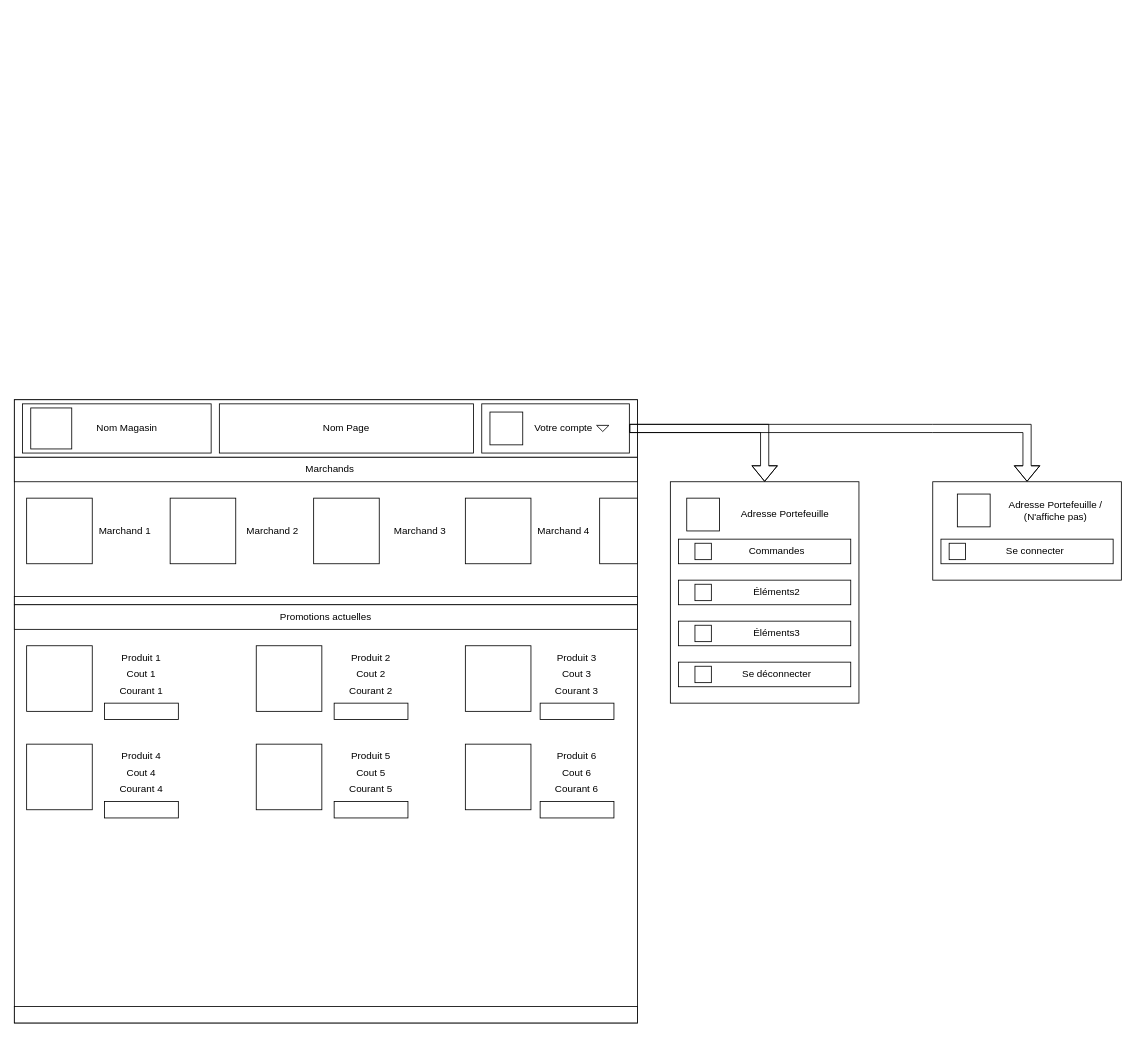
FalserX/IFT-7100-TP3 keeps this draw.io diagram as interfacesMocks.drawio. Above is the earlier version. Source tidied: cells renumbered, new cells numbered last; positions are measured from the earlier drawing's top-left corner, leaving out a move shared by most shapes. Both pictures are drawn from the tidied source at 82%, with x=0, y=0 at pixel (14, 399).
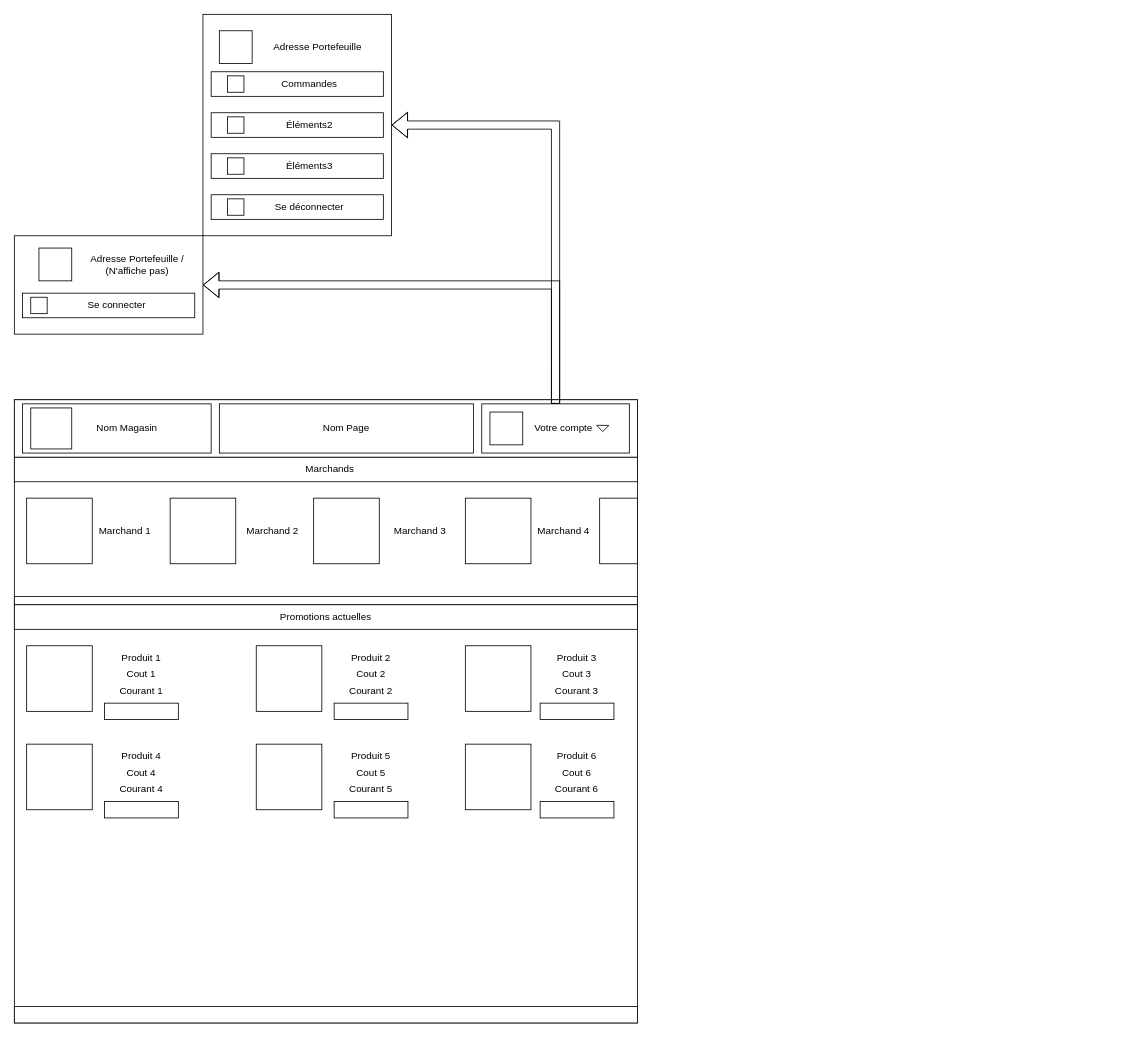
Above is the later version.

Unchanged cells that the change refers to:
```xml
<mxCell id="8" style="rounded=0;whiteSpace=wrap;html=1;labelBackgroundColor=none;" parent="1" vertex="1">
  <mxGeometry x="570" y="5" width="180" height="60" as="geometry" />
</mxCell>
```

Change to the diagram source:
```diff
@@
+    <mxCell id="59" style="shape=flexArrow;endArrow=classic;html=1;rounded=0;entryX=1;entryY=0.5;entryDx=0;entryDy=0;exitX=0.5;exitY=0;exitDx=0;exitDy=0;labelBackgroundColor=none;fontColor=default;" parent="1" edge="1" source="8" target="58">
+      <mxGeometry relative="1" as="geometry">
+        <Array as="points">
+          <mxPoint x="660" y="-140" />
+          <mxPoint x="660" y="-335" />
+        </Array>
+      </mxGeometry>
+    </mxCell>
+    <mxCell id="74" style="shape=flexArrow;endArrow=classic;html=1;rounded=0;exitX=0.5;exitY=0;exitDx=0;exitDy=0;labelBackgroundColor=none;fontColor=default;entryX=1;entryY=0.5;entryDx=0;entryDy=0;" parent="1" edge="1" source="8" target="75">
+      <mxGeometry relative="1" as="geometry">
+        <Array as="points">
+          <mxPoint x="660" y="-40" />
+          <mxPoint x="660" y="-140" />
+        </Array>
+      </mxGeometry>
+    </mxCell>
+    <mxCell id="81" style="group;" parent="1" vertex="1">
+      <mxGeometry y="-200" width="230" height="120" as="geometry" />
+    </mxCell>
+    <mxCell id="75" style="rounded=0;whiteSpace=wrap;html=1;labelBackgroundColor=none;" parent="81" vertex="1">
+      <mxGeometry width="230" height="120" as="geometry" />
+    </mxCell>
+    <mxCell id="76" style="whiteSpace=wrap;html=1;labelBackgroundColor=none;" parent="81" vertex="1">
+      <mxGeometry x="30" y="15" width="40" height="40" as="geometry" />
+    </mxCell>
+    <mxCell id="77" value="Adresse Portefeuille / (N'affiche pas)" style="text;html=1;align=center;verticalAlign=middle;whiteSpace=wrap;rounded=0;labelBackgroundColor=none;" parent="81" vertex="1">
+      <mxGeometry x="90" y="20" width="120" height="30" as="geometry" />
+    </mxCell>
+    <mxCell id="78" style="rounded=0;whiteSpace=wrap;html=1;labelBackgroundColor=none;" parent="81" vertex="1">
+      <mxGeometry x="10" y="70" width="210" height="30" as="geometry" />
+    </mxCell>
+    <mxCell id="79" style="whiteSpace=wrap;html=1;labelBackgroundColor=none;" parent="81" vertex="1">
+      <mxGeometry x="20" y="75" width="20" height="20" as="geometry" />
+    </mxCell>
+    <mxCell id="80" value="Se connecter" style="text;html=1;align=center;verticalAlign=middle;whiteSpace=wrap;rounded=0;labelBackgroundColor=none;" parent="81" vertex="1">
+      <mxGeometry x="70" y="70" width="110" height="30" as="geometry" />
+    </mxCell>
+    <mxCell id="82" style="group;" parent="1" vertex="1">
+      <mxGeometry x="230" y="-470" width="230" height="270" as="geometry" />
+    </mxCell>
-    <mxCell id="58" style="rounded=0;whiteSpace=wrap;html=1;labelBackgroundColor=none;" parent="1" vertex="1">
-      <mxGeometry x="800" y="100" width="230" height="270" as="geometry" />
+    <mxCell id="58" style="rounded=0;whiteSpace=wrap;html=1;labelBackgroundColor=none;" parent="82" vertex="1">
+      <mxGeometry width="230" height="270" as="geometry" />
     </mxCell>
-    <mxCell id="59" style="shape=flexArrow;endArrow=classic;html=1;rounded=0;entryX=0.5;entryY=0;entryDx=0;entryDy=0;exitX=1;exitY=0.5;exitDx=0;exitDy=0;labelBackgroundColor=none;fontColor=default;" parent="1" edge="1" source="8" target="58">
-      <mxGeometry relative="1" as="geometry">
-        <Array as="points">
-          <mxPoint x="915" y="35" />
-        </Array>
-      </mxGeometry>
-    </mxCell>
-    <mxCell id="60" style="whiteSpace=wrap;html=1;labelBackgroundColor=none;" parent="1" vertex="1">
-      <mxGeometry x="820" y="120" width="40" height="40" as="geometry" />
+    <mxCell id="60" style="whiteSpace=wrap;html=1;labelBackgroundColor=none;" parent="82" vertex="1">
+      <mxGeometry x="20" y="20" width="40" height="40" as="geometry" />
     </mxCell>
-    <mxCell id="61" value="Adresse Portefeuille" style="text;html=1;align=center;verticalAlign=middle;whiteSpace=wrap;rounded=0;labelBackgroundColor=none;" parent="1" vertex="1">
-      <mxGeometry x="880" y="125" width="120" height="30" as="geometry" />
+    <mxCell id="61" value="Adresse Portefeuille" style="text;html=1;align=center;verticalAlign=middle;whiteSpace=wrap;rounded=0;labelBackgroundColor=none;" parent="82" vertex="1">
+      <mxGeometry x="80" y="25" width="120" height="30" as="geometry" />
     </mxCell>
-    <mxCell id="62" style="rounded=0;whiteSpace=wrap;html=1;labelBackgroundColor=none;" parent="1" vertex="1">
-      <mxGeometry x="810" y="170" width="210" height="30" as="geometry" />
+    <mxCell id="62" style="rounded=0;whiteSpace=wrap;html=1;labelBackgroundColor=none;" parent="82" vertex="1">
+      <mxGeometry x="10" y="70" width="210" height="30" as="geometry" />
     </mxCell>
-    <mxCell id="63" style="rounded=0;whiteSpace=wrap;html=1;labelBackgroundColor=none;" parent="1" vertex="1">
-      <mxGeometry x="810" y="220" width="210" height="30" as="geometry" />
+    <mxCell id="63" style="rounded=0;whiteSpace=wrap;html=1;labelBackgroundColor=none;" parent="82" vertex="1">
+      <mxGeometry x="10" y="120" width="210" height="30" as="geometry" />
     </mxCell>
-    <mxCell id="64" style="rounded=0;whiteSpace=wrap;html=1;labelBackgroundColor=none;" parent="1" vertex="1">
-      <mxGeometry x="810" y="270" width="210" height="30" as="geometry" />
+    <mxCell id="64" style="rounded=0;whiteSpace=wrap;html=1;labelBackgroundColor=none;" parent="82" vertex="1">
+      <mxGeometry x="10" y="170" width="210" height="30" as="geometry" />
     </mxCell>
-    <mxCell id="65" style="rounded=0;whiteSpace=wrap;html=1;labelBackgroundColor=none;" parent="1" vertex="1">
-      <mxGeometry x="810" y="320" width="210" height="30" as="geometry" />
+    <mxCell id="65" style="rounded=0;whiteSpace=wrap;html=1;labelBackgroundColor=none;" parent="82" vertex="1">
+      <mxGeometry x="10" y="220" width="210" height="30" as="geometry" />
     </mxCell>
-    <mxCell id="66" style="whiteSpace=wrap;html=1;labelBackgroundColor=none;" parent="1" vertex="1">
-      <mxGeometry x="830" y="175" width="20" height="20" as="geometry" />
+    <mxCell id="66" style="whiteSpace=wrap;html=1;labelBackgroundColor=none;" parent="82" vertex="1">
+      <mxGeometry x="30" y="75" width="20" height="20" as="geometry" />
     </mxCell>
-    <mxCell id="67" style="whiteSpace=wrap;html=1;labelBackgroundColor=none;" parent="1" vertex="1">
-      <mxGeometry x="830" y="225" width="20" height="20" as="geometry" />
+    <mxCell id="67" style="whiteSpace=wrap;html=1;labelBackgroundColor=none;" parent="82" vertex="1">
+      <mxGeometry x="30" y="125" width="20" height="20" as="geometry" />
     </mxCell>
-    <mxCell id="68" style="whiteSpace=wrap;html=1;labelBackgroundColor=none;" parent="1" vertex="1">
-      <mxGeometry x="830" y="275" width="20" height="20" as="geometry" />
+    <mxCell id="68" style="whiteSpace=wrap;html=1;labelBackgroundColor=none;" parent="82" vertex="1">
+      <mxGeometry x="30" y="175" width="20" height="20" as="geometry" />
     </mxCell>
-    <mxCell id="69" style="whiteSpace=wrap;html=1;labelBackgroundColor=none;" parent="1" vertex="1">
-      <mxGeometry x="830" y="325" width="20" height="20" as="geometry" />
+    <mxCell id="69" style="whiteSpace=wrap;html=1;labelBackgroundColor=none;" parent="82" vertex="1">
+      <mxGeometry x="30" y="225" width="20" height="20" as="geometry" />
     </mxCell>
-    <mxCell id="70" value="Éléments3" style="text;html=1;align=center;verticalAlign=middle;whiteSpace=wrap;rounded=0;labelBackgroundColor=none;" parent="1" vertex="1">
-      <mxGeometry x="900" y="270" width="60" height="30" as="geometry" />
+    <mxCell id="70" value="Éléments3" style="text;html=1;align=center;verticalAlign=middle;whiteSpace=wrap;rounded=0;labelBackgroundColor=none;" parent="82" vertex="1">
+      <mxGeometry x="100" y="170" width="60" height="30" as="geometry" />
     </mxCell>
-    <mxCell id="71" value="Commandes" style="text;html=1;align=center;verticalAlign=middle;whiteSpace=wrap;rounded=0;labelBackgroundColor=none;" parent="1" vertex="1">
-      <mxGeometry x="900" y="170" width="60" height="30" as="geometry" />
+    <mxCell id="71" value="Commandes" style="text;html=1;align=center;verticalAlign=middle;whiteSpace=wrap;rounded=0;labelBackgroundColor=none;" parent="82" vertex="1">
+      <mxGeometry x="100" y="70" width="60" height="30" as="geometry" />
     </mxCell>
-    <mxCell id="72" value="Éléments2" style="text;html=1;align=center;verticalAlign=middle;whiteSpace=wrap;rounded=0;labelBackgroundColor=none;" parent="1" vertex="1">
-      <mxGeometry x="900" y="220" width="60" height="30" as="geometry" />
+    <mxCell id="72" value="Éléments2" style="text;html=1;align=center;verticalAlign=middle;whiteSpace=wrap;rounded=0;labelBackgroundColor=none;" parent="82" vertex="1">
+      <mxGeometry x="100" y="120" width="60" height="30" as="geometry" />
     </mxCell>
-    <mxCell id="73" value="Se déconnecter" style="text;html=1;align=center;verticalAlign=middle;whiteSpace=wrap;rounded=0;labelBackgroundColor=none;" parent="1" vertex="1">
-      <mxGeometry x="875" y="320" width="110" height="30" as="geometry" />
+    <mxCell id="73" value="Se déconnecter" style="text;html=1;align=center;verticalAlign=middle;whiteSpace=wrap;rounded=0;labelBackgroundColor=none;" parent="82" vertex="1">
+      <mxGeometry x="75" y="220" width="110" height="30" as="geometry" />
     </mxCell>
-    <mxCell id="74" style="shape=flexArrow;endArrow=classic;html=1;rounded=0;exitX=1;exitY=0.5;exitDx=0;exitDy=0;entryX=0.5;entryY=0;entryDx=0;entryDy=0;labelBackgroundColor=none;fontColor=default;" parent="1" edge="1" source="8" target="75">
-      <mxGeometry relative="1" as="geometry">
-        <Array as="points">
-          <mxPoint x="1120" y="35" />
-          <mxPoint x="1235" y="35" />
-        </Array>
-      </mxGeometry>
-    </mxCell>
-    <mxCell id="75" style="rounded=0;whiteSpace=wrap;html=1;labelBackgroundColor=none;" parent="1" vertex="1">
-      <mxGeometry x="1120" y="100" width="230" height="120" as="geometry" />
-    </mxCell>
-    <mxCell id="76" style="whiteSpace=wrap;html=1;labelBackgroundColor=none;" parent="1" vertex="1">
-      <mxGeometry x="1150" y="115" width="40" height="40" as="geometry" />
-    </mxCell>
-    <mxCell id="77" value="Adresse Portefeuille / (N'affiche pas)" style="text;html=1;align=center;verticalAlign=middle;whiteSpace=wrap;rounded=0;labelBackgroundColor=none;" parent="1" vertex="1">
-      <mxGeometry x="1210" y="120" width="120" height="30" as="geometry" />
-    </mxCell>
-    <mxCell id="78" style="rounded=0;whiteSpace=wrap;html=1;labelBackgroundColor=none;" parent="1" vertex="1">
-      <mxGeometry x="1130" y="170" width="210" height="30" as="geometry" />
-    </mxCell>
-    <mxCell id="79" style="whiteSpace=wrap;html=1;labelBackgroundColor=none;" parent="1" vertex="1">
-      <mxGeometry x="1140" y="175" width="20" height="20" as="geometry" />
-    </mxCell>
-    <mxCell id="80" value="Se connecter" style="text;html=1;align=center;verticalAlign=middle;whiteSpace=wrap;rounded=0;labelBackgroundColor=none;" parent="1" vertex="1">
-      <mxGeometry x="1190" y="170" width="110" height="30" as="geometry" />
-    </mxCell>
```
